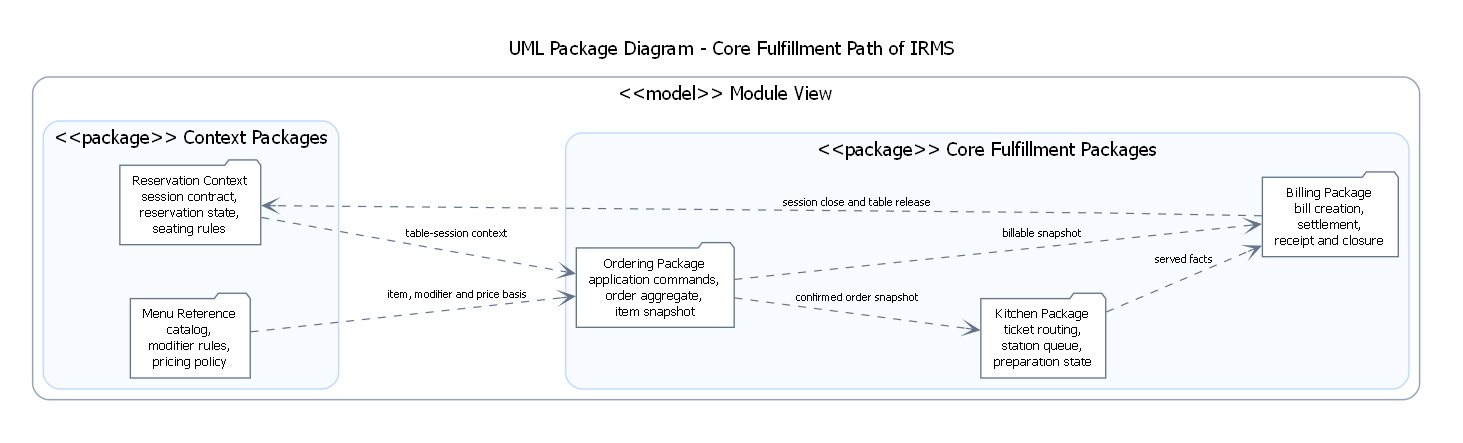
Above: assets/diagrams/rendered/architecture/07_module_view_core_fulfillment_path.png in lehoangluan1/SA_IRMS (Graphviz), before the change. Its source is kept beside it as assets/diagrams/source/architecture/07_module_view_core_fulfillment_path.dot.
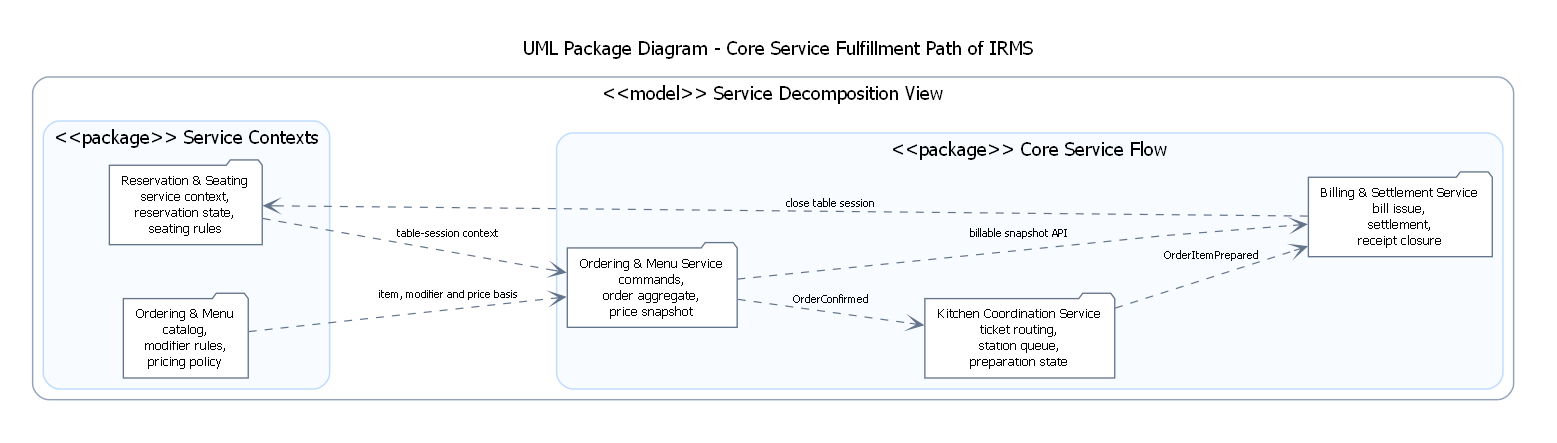
Later version of the same file.

What changed in the source:
```diff
@@ -10,7 +10,7 @@
     splines=polyline,
     fontname="DejaVu Sans",
     labelloc="t",
-    label="UML Package Diagram - Core Fulfillment Path of IRMS"
+    label="UML Package Diagram - Core Service Fulfillment Path of IRMS"
   ];
 
   node [
@@ -34,37 +34,37 @@
   ];
 
   subgraph cluster_model {
-    label="<<model>> Module View";
+    label="<<model>> Service Decomposition View";
     color="#94A3B8";
     penwidth=1.1;
     style="rounded";
 
     subgraph cluster_context {
-      label="<<package>> Context Packages";
+      label="<<package>> Service Contexts";
       color="#BFDBFE";
       style="rounded,filled";
       fillcolor="#F8FBFF";
 
-      reservation_context [label="Reservation Context\nsession contract,\nreservation state,\nseating rules"];
-      menu_reference [label="Menu Reference\ncatalog,\nmodifier rules,\npricing policy"];
+      reservation_context [label="Reservation & Seating\nservice context,\nreservation state,\nseating rules"];
+      menu_reference [label="Ordering & Menu\ncatalog,\nmodifier rules,\npricing policy"];
     }
 
     subgraph cluster_execution {
-      label="<<package>> Core Fulfillment Packages";
+      label="<<package>> Core Service Flow";
       color="#BFDBFE";
       style="rounded,filled";
       fillcolor="#F8FBFF";
 
-      ordering_package [label="Ordering Package\napplication commands,\norder aggregate,\nitem snapshot"];
-      kitchen_package [label="Kitchen Package\nticket routing,\nstation queue,\npreparation state"];
-      billing_package [label="Billing Package\nbill creation,\nsettlement,\nreceipt and closure"];
+      ordering_package [label="Ordering & Menu Service\ncommands,\norder aggregate,\nprice snapshot"];
+      kitchen_package [label="Kitchen Coordination Service\nticket routing,\nstation queue,\npreparation state"];
+      billing_package [label="Billing & Settlement Service\nbill issue,\nsettlement,\nreceipt closure"];
     }
   }
 
   reservation_context -> ordering_package [label="table-session context"];
   menu_reference -> ordering_package [label="item, modifier and price basis"];
-  ordering_package -> kitchen_package [label="confirmed order snapshot"];
-  ordering_package -> billing_package [label="billable snapshot"];
-  kitchen_package -> billing_package [label="served facts"];
-  billing_package -> reservation_context [label="session close and table release"];
+  ordering_package -> kitchen_package [label="OrderConfirmed"];
+  ordering_package -> billing_package [label="billable snapshot API"];
+  kitchen_package -> billing_package [label="OrderItemPrepared"];
+  billing_package -> reservation_context [label="close table session"];
 }
```
